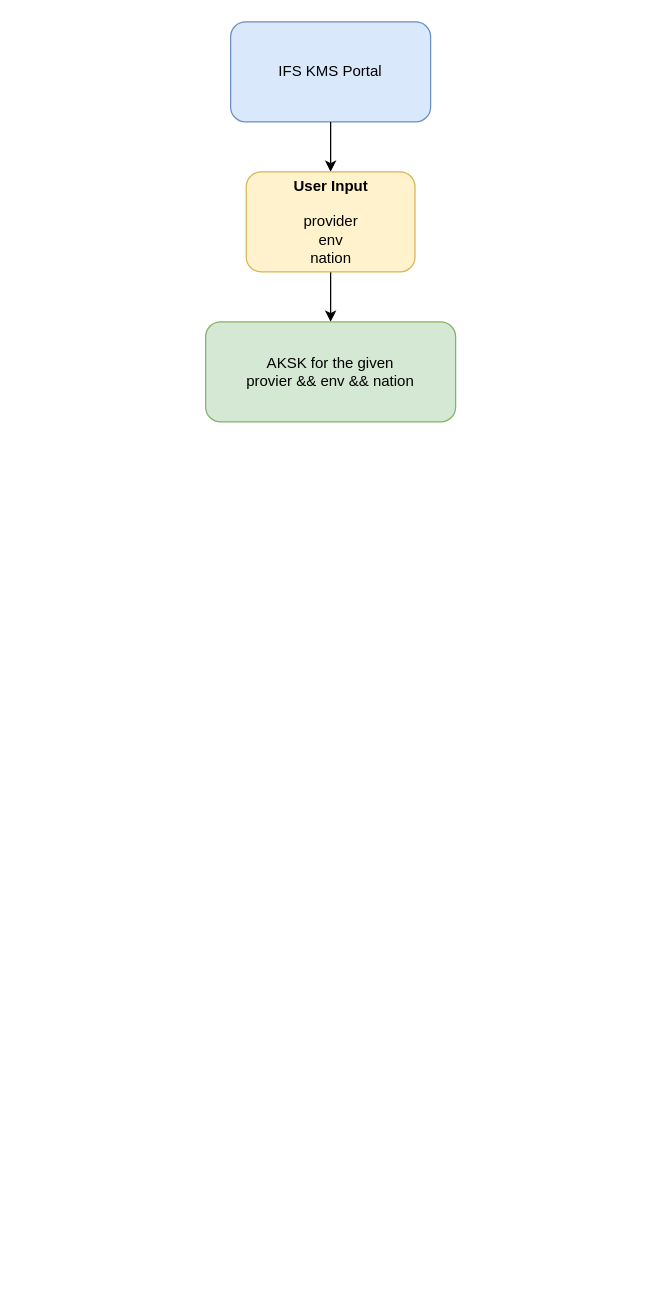
Above: aksk-for-ifs-kms.drawio in YanshanSong/draw.io (draw.io), before the change. Source tidied: cells renumbered, new cells numbered last; positions are measured from the earlier drawing's top-left corner, leaving out a move shared by most shapes. Both pictures are drawn from the tidied source at 125%, with x=0, y=0 at pixel (205, 21).
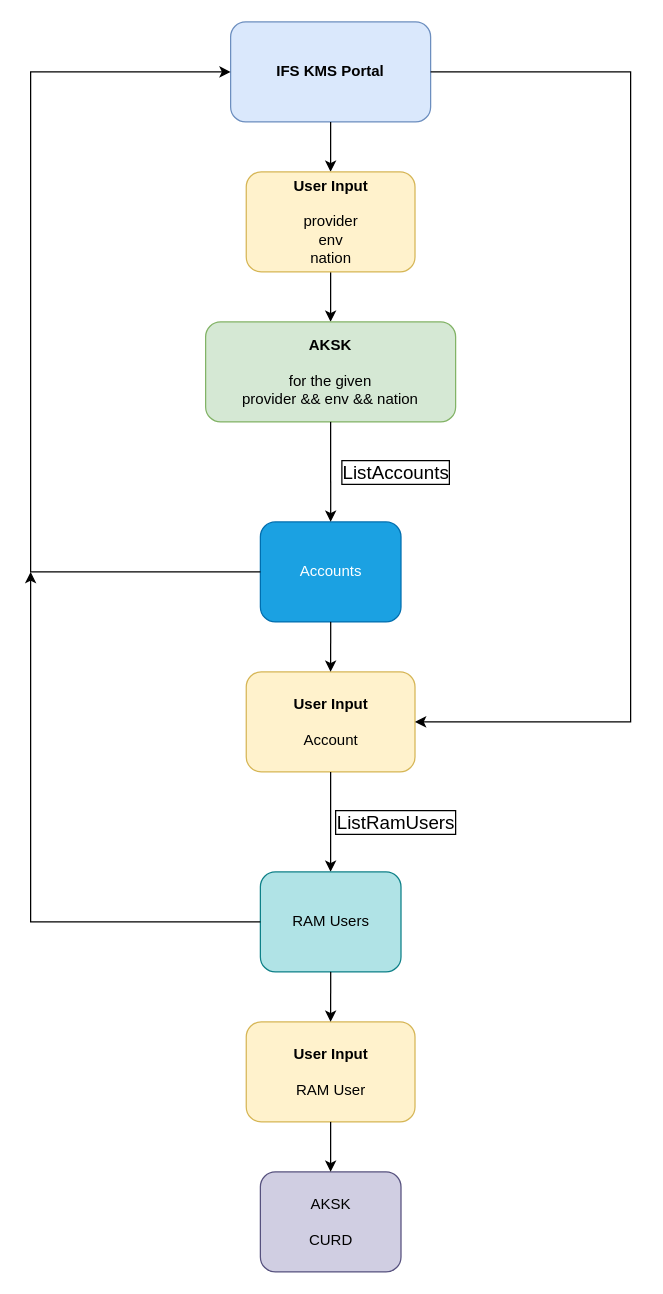
The same diagram, later.

What changed in the source:
```diff
@@
-    <mxCell id="2" value="&lt;div&gt;&lt;br&gt;&lt;/div&gt;IFS KMS Portal&lt;div&gt;&lt;br&gt;&lt;/div&gt;" style="rounded=1;whiteSpace=wrap;html=1;fillColor=#dae8fc;strokeColor=#6c8ebf;" parent="1" vertex="1">
+    <mxCell id="2" value="&lt;div&gt;&lt;br&gt;&lt;/div&gt;&lt;b&gt;IFS KMS Portal&lt;/b&gt;&lt;div&gt;&lt;br&gt;&lt;/div&gt;" style="rounded=1;whiteSpace=wrap;html=1;fillColor=#dae8fc;strokeColor=#6c8ebf;" parent="1" vertex="1">
       <mxGeometry x="20" width="160" height="80" as="geometry" />
     </mxCell>
@@
-    <mxCell id="6" value="AKSK for the given&lt;div&gt;provier &amp;amp;&amp;amp; env &amp;amp;&amp;amp; nation&lt;/div&gt;" style="rounded=1;whiteSpace=wrap;html=1;fillColor=#d5e8d4;strokeColor=#82b366;" parent="1" vertex="1">
+    <mxCell id="6" value="&lt;b&gt;AKSK&lt;/b&gt;&lt;div&gt;&lt;b&gt;&amp;nbsp;&lt;/b&gt;&lt;div&gt;for the given&lt;div&gt;provider &amp;amp;&amp;amp; env &amp;amp;&amp;amp; nation&lt;/div&gt;&lt;/div&gt;&lt;/div&gt;" style="rounded=1;whiteSpace=wrap;html=1;fillColor=#d5e8d4;strokeColor=#82b366;" parent="1" vertex="1">
       <mxGeometry y="240" width="200" height="80" as="geometry" />
     </mxCell>
+    <mxCell id="7" value="Accounts" style="rounded=1;whiteSpace=wrap;html=1;fillColor=#1ba1e2;fontColor=#ffffff;strokeColor=#006EAF;" parent="1" vertex="1">
+      <mxGeometry x="43.8" y="400" width="112.5" height="80" as="geometry" />
+    </mxCell>
+    <mxCell id="8" style="endArrow=classic;html=1;rounded=0;exitX=0.5;exitY=1;exitDx=0;exitDy=0;entryX=0.5;entryY=0;entryDx=0;entryDy=0;" parent="1" edge="1" source="6" target="7">
+      <mxGeometry relative="1" as="geometry" />
+    </mxCell>
+    <mxCell id="9" value="&lt;font style=&quot;font-size: 15px;&quot;&gt;ListAccounts&lt;/font&gt;" style="text;html=1;align=center;verticalAlign=middle;whiteSpace=wrap;rounded=0;labelBorderColor=default;" parent="1" vertex="1">
+      <mxGeometry x="85" y="340" width="135" height="40" as="geometry" />
+    </mxCell>
+    <mxCell id="10" style="endArrow=classic;html=1;rounded=0;exitX=0;exitY=0.5;exitDx=0;exitDy=0;entryX=0;entryY=0.5;entryDx=0;entryDy=0;" parent="1" edge="1" source="7" target="2">
+      <mxGeometry relative="1" as="geometry">
+        <Array as="points">
+          <mxPoint x="-140" y="440" />
+          <mxPoint x="-140" y="40" />
+        </Array>
+      </mxGeometry>
+    </mxCell>
+    <mxCell id="11" value="&lt;div&gt;&lt;span style=&quot;background-color: initial;&quot;&gt;&lt;br&gt;&lt;/span&gt;&lt;/div&gt;&lt;div&gt;&lt;span style=&quot;background-color: initial;&quot;&gt;&lt;br&gt;&lt;/span&gt;&lt;/div&gt;&lt;div&gt;&lt;span style=&quot;background-color: initial;&quot;&gt;&lt;b&gt;User Input&lt;/b&gt;&lt;/span&gt;&lt;br&gt;&lt;/div&gt;&lt;div&gt;&lt;span style=&quot;background-color: initial;&quot;&gt;&lt;br&gt;&lt;/span&gt;&lt;/div&gt;&lt;div&gt;Account&lt;/div&gt;&lt;div&gt;&lt;div&gt;&lt;br&gt;&lt;/div&gt;&lt;div&gt;&lt;br&gt;&lt;/div&gt;&lt;/div&gt;" style="rounded=1;whiteSpace=wrap;html=1;fillColor=#fff2cc;strokeColor=#d6b656;" parent="1" vertex="1">
+      <mxGeometry x="32.5" y="520" width="135" height="80" as="geometry" />
+    </mxCell>
+    <mxCell id="12" style="endArrow=classic;html=1;rounded=0;exitX=1;exitY=0.5;exitDx=0;exitDy=0;entryX=1;entryY=0.5;entryDx=0;entryDy=0;" parent="1" edge="1" source="2" target="11">
+      <mxGeometry relative="1" as="geometry">
+        <Array as="points">
+          <mxPoint x="340" y="40" />
+          <mxPoint x="340" y="320" />
+          <mxPoint x="340" y="560" />
+        </Array>
+      </mxGeometry>
+    </mxCell>
+    <mxCell id="13" style="endArrow=classic;html=1;rounded=0;exitX=0.5;exitY=1;exitDx=0;exitDy=0;entryX=0.5;entryY=0;entryDx=0;entryDy=0;" parent="1" edge="1" source="7" target="11">
+      <mxGeometry relative="1" as="geometry" />
+    </mxCell>
+    <mxCell id="14" style="endArrow=classic;html=1;rounded=0;exitX=0.5;exitY=1;exitDx=0;exitDy=0;" parent="1" edge="1" source="11">
+      <mxGeometry relative="1" as="geometry">
+        <mxPoint x="100" y="680" as="targetPoint" />
+      </mxGeometry>
+    </mxCell>
+    <mxCell id="15" value="&lt;font style=&quot;font-size: 15px;&quot;&gt;ListRamUsers&lt;/font&gt;" style="text;html=1;align=center;verticalAlign=middle;whiteSpace=wrap;rounded=0;labelBorderColor=default;" parent="1" vertex="1">
+      <mxGeometry x="85" y="620" width="135" height="40" as="geometry" />
+    </mxCell>
+    <mxCell id="16" value="RAM Users" style="rounded=1;whiteSpace=wrap;html=1;fillColor=#b0e3e6;strokeColor=#0e8088;" parent="1" vertex="1">
+      <mxGeometry x="43.8" y="680" width="112.5" height="80" as="geometry" />
+    </mxCell>
+    <mxCell id="17" value="AKSK&lt;div&gt;&lt;br&gt;&lt;/div&gt;&lt;div&gt;CURD&lt;/div&gt;" style="rounded=1;whiteSpace=wrap;html=1;fillColor=#d0cee2;strokeColor=#56517e;" parent="1" vertex="1">
+      <mxGeometry x="43.8" y="920" width="112.5" height="80" as="geometry" />
+    </mxCell>
+    <mxCell id="18" style="endArrow=classic;html=1;rounded=0;exitX=0;exitY=0.5;exitDx=0;exitDy=0;" parent="1" edge="1" source="16">
+      <mxGeometry relative="1" as="geometry">
+        <mxPoint x="-140" y="440" as="targetPoint" />
+        <Array as="points">
+          <mxPoint x="-140" y="720" />
+        </Array>
+      </mxGeometry>
+    </mxCell>
+    <mxCell id="19" value="&lt;div&gt;&lt;span style=&quot;background-color: initial;&quot;&gt;&lt;br&gt;&lt;/span&gt;&lt;/div&gt;&lt;div&gt;&lt;span style=&quot;background-color: initial;&quot;&gt;&lt;br&gt;&lt;/span&gt;&lt;/div&gt;&lt;div&gt;&lt;span style=&quot;background-color: initial;&quot;&gt;&lt;b&gt;User Input&lt;/b&gt;&lt;/span&gt;&lt;br&gt;&lt;/div&gt;&lt;div&gt;&lt;span style=&quot;background-color: initial;&quot;&gt;&lt;br&gt;&lt;/span&gt;&lt;/div&gt;&lt;div&gt;RAM User&lt;/div&gt;&lt;div&gt;&lt;div&gt;&lt;br&gt;&lt;/div&gt;&lt;div&gt;&lt;br&gt;&lt;/div&gt;&lt;/div&gt;" style="rounded=1;whiteSpace=wrap;html=1;fillColor=#fff2cc;strokeColor=#d6b656;" parent="1" vertex="1">
+      <mxGeometry x="32.5" y="800" width="135" height="80" as="geometry" />
+    </mxCell>
+    <mxCell id="20" style="endArrow=classic;html=1;rounded=0;exitX=0.5;exitY=1;exitDx=0;exitDy=0;entryX=0.5;entryY=0;entryDx=0;entryDy=0;" parent="1" edge="1" source="16" target="19">
+      <mxGeometry relative="1" as="geometry" />
+    </mxCell>
+    <mxCell id="21" style="endArrow=classic;html=1;rounded=0;exitX=0.5;exitY=1;exitDx=0;exitDy=0;" parent="1" edge="1" source="19" target="17">
+      <mxGeometry relative="1" as="geometry" />
+    </mxCell>
```
